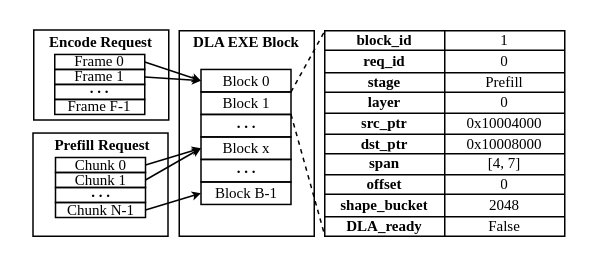
This is figures/design_tile.drawio from icszhr/hermes, a draw.io file, before an edit. Source tidied: cells renumbered, new cells numbered last; positions are measured from the earlier drawing's top-left corner, leaving out a move shared by most shapes. Both pictures are drawn from the tidied source at 150%, with x=0, y=0 at pixel (26, 26).
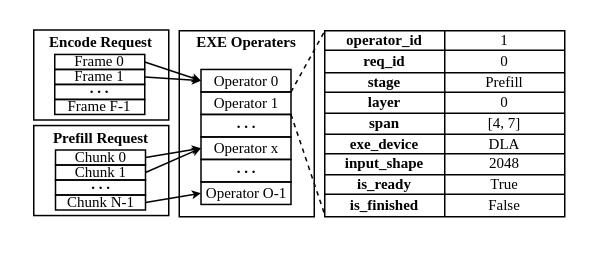
Above is the later version.

The change refers to these unchanged cells:
```xml
<mxCell id="9" style="shape=tableRow;horizontal=0;startSize=0;swimlaneHead=0;swimlaneBody=0;strokeColor=inherit;top=0;left=0;bottom=0;right=0;fillColor=none;points=[[0,0.5],[1,0.5]];portConstraint=eastwest;fontFamily=Times New Roman;spacingBottom=0;spacingTop=-2;fontSize=10;" parent="8" vertex="1">
  <mxGeometry width="160" height="13" as="geometry" />
</mxCell>
<mxCell id="21" style="shape=tableRow;horizontal=0;startSize=0;swimlaneHead=0;swimlaneBody=0;strokeColor=inherit;top=0;left=0;bottom=0;right=0;fillColor=none;fontFamily=Times New Roman;spacingBottom=0;spacingTop=-2;fontSize=10;" parent="8" vertex="1">
  <mxGeometry y="55" width="160" height="14" as="geometry" />
</mxCell>
<mxCell id="24" style="shape=tableRow;horizontal=0;startSize=0;swimlaneHead=0;swimlaneBody=0;strokeColor=inherit;top=0;left=0;bottom=0;right=0;fillColor=none;fontFamily=Times New Roman;spacingBottom=0;spacingTop=-2;fontSize=10;" parent="8" vertex="1">
  <mxGeometry y="69" width="160" height="13" as="geometry" />
</mxCell>
<mxCell id="27" style="shape=tableRow;horizontal=0;startSize=0;swimlaneHead=0;swimlaneBody=0;strokeColor=inherit;top=0;left=0;bottom=0;right=0;fillColor=none;fontFamily=Times New Roman;spacingBottom=0;spacingTop=-2;fontSize=10;" parent="8" vertex="1">
  <mxGeometry y="82" width="160" height="14" as="geometry" />
</mxCell>
<mxCell id="30" style="shape=tableRow;horizontal=0;startSize=0;swimlaneHead=0;swimlaneBody=0;strokeColor=inherit;top=0;left=0;bottom=0;right=0;fillColor=none;fontFamily=Times New Roman;spacingBottom=0;spacingTop=-2;fontSize=10;" parent="8" vertex="1">
  <mxGeometry y="96" width="160" height="13" as="geometry" />
</mxCell>
<mxCell id="33" style="shape=tableRow;horizontal=0;startSize=0;swimlaneHead=0;swimlaneBody=0;strokeColor=inherit;top=0;left=0;bottom=0;right=0;fillColor=none;points=[[0,0.5],[1,0.5]];portConstraint=eastwest;fontFamily=Times New Roman;spacingBottom=0;spacingTop=-2;fontSize=10;" parent="8" vertex="1">
  <mxGeometry y="109" width="160" height="15" as="geometry" />
</mxCell>
<mxCell id="43" value="&lt;b&gt;. . .&lt;/b&gt;" style="rounded=0;whiteSpace=wrap;html=1;fillColor=none;fontFamily=Times New Roman;spacing=2;spacingTop=-5;fontSize=10;" parent="1" vertex="1">
  <mxGeometry x="116.5" y="58.8" width="60" height="15" as="geometry" />
</mxCell>
```

Diff of the diagram source:
```diff
@@
     <mxCell id="3" style="rounded=0;whiteSpace=wrap;html=1;fillColor=none;fontFamily=Times New Roman;fontSize=10;" parent="1" vertex="1">
-      <mxGeometry x="4.5" y="71.2" width="90" height="68.8" as="geometry" />
+      <mxGeometry x="5" y="66.2" width="90" height="60" as="geometry" />
     </mxCell>
@@
     <mxCell id="5" value="&lt;b&gt;Prefill Request&lt;/b&gt;" style="text;html=1;whiteSpace=wrap;strokeColor=none;fillColor=none;align=center;verticalAlign=middle;rounded=0;fontFamily=Times New Roman;fontSize=10;" parent="1" vertex="1">
-      <mxGeometry x="5.5" y="68.8" width="90" height="20" as="geometry" />
+      <mxGeometry x="5" y="63.8" width="90" height="20" as="geometry" />
     </mxCell>
     <mxCell id="6" style="rounded=0;whiteSpace=wrap;html=1;fontSize=10;" parent="1" vertex="1">
-      <mxGeometry x="102" y="3" width="90" height="137" as="geometry" />
+      <mxGeometry x="102" y="3" width="90" height="124" as="geometry" />
     </mxCell>
-    <mxCell id="7" value="Block 0" style="rounded=0;whiteSpace=wrap;html=1;fillColor=none;fontFamily=Times New Roman;fontSize=10;" parent="1" vertex="1">
+    <mxCell id="7" value="Operator 0" style="rounded=0;whiteSpace=wrap;html=1;fillColor=none;fontFamily=Times New Roman;fontSize=10;" parent="1" vertex="1">
       <mxGeometry x="116.5" y="28.8" width="60" height="15" as="geometry" />
     </mxCell>
     <mxCell id="8" style="shape=table;startSize=0;childLayout=tableLayout;fontFamily=Times New Roman;spacingBottom=0;spacingTop=-2;fontSize=10;" parent="1" vertex="1">
-      <mxGeometry x="199" y="3" width="160" height="137" as="geometry" />
+      <mxGeometry x="199" y="3" width="160" height="124" as="geometry" />
     </mxCell>
@@
-    <mxCell id="10" value="block_id" style="shape=partialRectangle;html=1;whiteSpace=wrap;strokeColor=inherit;overflow=hidden;fillColor=none;top=0;left=0;bottom=0;right=0;fontFamily=Times New Roman;spacingBottom=0;spacingTop=-2;fontSize=10;fontStyle=1;" parent="9" vertex="1">
+    <mxCell id="10" value="operator_id" style="shape=partialRectangle;html=1;whiteSpace=wrap;strokeColor=inherit;overflow=hidden;fillColor=none;top=0;left=0;bottom=0;right=0;fontFamily=Times New Roman;spacingBottom=0;spacingTop=-2;fontSize=10;fontStyle=1;" parent="9" vertex="1">
       <mxGeometry width="80" height="13" as="geometry" />
     </mxCell>
@@
-    <mxCell id="22" value="src_ptr" style="shape=partialRectangle;html=1;whiteSpace=wrap;strokeColor=inherit;overflow=hidden;fillColor=none;top=0;left=0;bottom=0;right=0;fontFamily=Times New Roman;spacingBottom=0;spacingTop=-2;fontSize=10;fontStyle=1;" parent="21" vertex="1">
+    <mxCell id="22" value="span" style="shape=partialRectangle;html=1;whiteSpace=wrap;strokeColor=inherit;overflow=hidden;fillColor=none;top=0;left=0;bottom=0;right=0;fontFamily=Times New Roman;spacingBottom=0;spacingTop=-2;fontSize=10;fontStyle=1;" parent="21" vertex="1">
       <mxGeometry width="80" height="14" as="geometry" />
     </mxCell>
-    <mxCell id="23" value="0x10004000" style="shape=partialRectangle;html=1;whiteSpace=wrap;strokeColor=inherit;overflow=hidden;fillColor=none;top=0;left=0;bottom=0;right=0;fontFamily=Times New Roman;spacingBottom=0;spacingTop=-2;fontSize=10;" parent="21" vertex="1">
+    <mxCell id="23" value="[4, 7]" style="shape=partialRectangle;html=1;whiteSpace=wrap;strokeColor=inherit;overflow=hidden;fillColor=none;top=0;left=0;bottom=0;right=0;fontFamily=Times New Roman;spacingBottom=0;spacingTop=-2;fontSize=10;" parent="21" vertex="1">
       <mxGeometry x="80" width="80" height="14" as="geometry" />
     </mxCell>
@@
-    <mxCell id="25" value="dst_ptr" style="shape=partialRectangle;html=1;whiteSpace=wrap;strokeColor=inherit;overflow=hidden;fillColor=none;top=0;left=0;bottom=0;right=0;fontFamily=Times New Roman;spacingBottom=0;spacingTop=-2;fontSize=10;fontStyle=1;" parent="24" vertex="1">
+    <mxCell id="25" value="exe_device" style="shape=partialRectangle;html=1;whiteSpace=wrap;strokeColor=inherit;overflow=hidden;fillColor=none;top=0;left=0;bottom=0;right=0;fontFamily=Times New Roman;spacingBottom=0;spacingTop=-2;fontSize=10;fontStyle=1;" parent="24" vertex="1">
       <mxGeometry width="80" height="13" as="geometry" />
     </mxCell>
-    <mxCell id="26" value="0x10008000" style="shape=partialRectangle;html=1;whiteSpace=wrap;strokeColor=inherit;overflow=hidden;fillColor=none;top=0;left=0;bottom=0;right=0;fontFamily=Times New Roman;spacingBottom=0;spacingTop=-2;fontSize=10;" parent="24" vertex="1">
+    <mxCell id="26" value="DLA" style="shape=partialRectangle;html=1;whiteSpace=wrap;strokeColor=inherit;overflow=hidden;fillColor=none;top=0;left=0;bottom=0;right=0;fontFamily=Times New Roman;spacingBottom=0;spacingTop=-2;fontSize=10;" parent="24" vertex="1">
       <mxGeometry x="80" width="80" height="13" as="geometry" />
     </mxCell>
@@
-    <mxCell id="28" value="span" style="shape=partialRectangle;html=1;whiteSpace=wrap;strokeColor=inherit;overflow=hidden;fillColor=none;top=0;left=0;bottom=0;right=0;fontFamily=Times New Roman;spacingBottom=0;spacingTop=-2;fontSize=10;fontStyle=1;" parent="27" vertex="1">
+    <mxCell id="28" value="input_shape" style="shape=partialRectangle;html=1;whiteSpace=wrap;strokeColor=inherit;overflow=hidden;fillColor=none;top=0;left=0;bottom=0;right=0;fontFamily=Times New Roman;spacingBottom=0;spacingTop=-2;fontSize=10;fontStyle=1;" parent="27" vertex="1">
       <mxGeometry width="80" height="14" as="geometry" />
     </mxCell>
-    <mxCell id="29" value="[4, 7]" style="shape=partialRectangle;html=1;whiteSpace=wrap;strokeColor=inherit;overflow=hidden;fillColor=none;top=0;left=0;bottom=0;right=0;fontFamily=Times New Roman;spacingBottom=0;spacingTop=-2;fontSize=10;" parent="27" vertex="1">
+    <mxCell id="29" value="2048" style="shape=partialRectangle;html=1;whiteSpace=wrap;strokeColor=inherit;overflow=hidden;fillColor=none;top=0;left=0;bottom=0;right=0;fontFamily=Times New Roman;spacingBottom=0;spacingTop=-2;fontSize=10;" parent="27" vertex="1">
       <mxGeometry x="80" width="80" height="14" as="geometry" />
     </mxCell>
@@
-    <mxCell id="31" value="offset" style="shape=partialRectangle;html=1;whiteSpace=wrap;strokeColor=inherit;overflow=hidden;fillColor=none;top=0;left=0;bottom=0;right=0;fontFamily=Times New Roman;spacingBottom=0;spacingTop=-2;fontSize=10;fontStyle=1;" parent="30" vertex="1">
+    <mxCell id="31" value="is_ready" style="shape=partialRectangle;html=1;whiteSpace=wrap;strokeColor=inherit;overflow=hidden;fillColor=none;top=0;left=0;bottom=0;right=0;fontFamily=Times New Roman;spacingBottom=0;spacingTop=-2;fontSize=10;fontStyle=1;" parent="30" vertex="1">
       <mxGeometry width="80" height="13" as="geometry" />
     </mxCell>
-    <mxCell id="32" value="0" style="shape=partialRectangle;html=1;whiteSpace=wrap;strokeColor=inherit;overflow=hidden;fillColor=none;top=0;left=0;bottom=0;right=0;fontFamily=Times New Roman;spacingBottom=0;spacingTop=-2;fontSize=10;" parent="30" vertex="1">
+    <mxCell id="32" value="True" style="shape=partialRectangle;html=1;whiteSpace=wrap;strokeColor=inherit;overflow=hidden;fillColor=none;top=0;left=0;bottom=0;right=0;fontFamily=Times New Roman;spacingBottom=0;spacingTop=-2;fontSize=10;" parent="30" vertex="1">
       <mxGeometry x="80" width="80" height="13" as="geometry" />
     </mxCell>
@@
-    <mxCell id="34" value="shape_bucket" style="shape=partialRectangle;html=1;whiteSpace=wrap;strokeColor=inherit;overflow=hidden;fillColor=none;top=0;left=0;bottom=0;right=0;fontFamily=Times New Roman;spacingBottom=0;spacingTop=-2;fontSize=10;fontStyle=1;" parent="33" vertex="1">
+    <mxCell id="34" value="is_finished" style="shape=partialRectangle;html=1;whiteSpace=wrap;strokeColor=inherit;overflow=hidden;fillColor=none;top=0;left=0;bottom=0;right=0;fontFamily=Times New Roman;spacingBottom=0;spacingTop=-2;fontSize=10;fontStyle=1;" parent="33" vertex="1">
       <mxGeometry width="80" height="15" as="geometry" />
     </mxCell>
-    <mxCell id="35" value="2048" style="shape=partialRectangle;html=1;whiteSpace=wrap;strokeColor=inherit;overflow=hidden;fillColor=none;top=0;left=0;bottom=0;right=0;fontFamily=Times New Roman;spacingBottom=0;spacingTop=-2;fontSize=10;" parent="33" vertex="1">
+    <mxCell id="35" value="False" style="shape=partialRectangle;html=1;whiteSpace=wrap;strokeColor=inherit;overflow=hidden;fillColor=none;top=0;left=0;bottom=0;right=0;fontFamily=Times New Roman;spacingBottom=0;spacingTop=-2;fontSize=10;" parent="33" vertex="1">
       <mxGeometry x="80" width="80" height="15" as="geometry" />
     </mxCell>
-    <mxCell id="36" style="shape=tableRow;horizontal=0;startSize=0;swimlaneHead=0;swimlaneBody=0;strokeColor=inherit;top=0;left=0;bottom=0;right=0;fillColor=none;points=[[0,0.5],[1,0.5]];portConstraint=eastwest;fontFamily=Times New Roman;spacingBottom=0;spacingTop=-2;fontSize=10;" parent="8" vertex="1">
-      <mxGeometry y="124" width="160" height="13" as="geometry" />
-    </mxCell>
-    <mxCell id="37" value="DLA_ready" style="shape=partialRectangle;html=1;whiteSpace=wrap;strokeColor=inherit;overflow=hidden;fillColor=none;top=0;left=0;bottom=0;right=0;fontFamily=Times New Roman;spacingBottom=0;spacingTop=-2;fontSize=10;fontStyle=1;" parent="36" vertex="1">
-      <mxGeometry width="80" height="13" as="geometry" />
-    </mxCell>
-    <mxCell id="38" value="False" style="shape=partialRectangle;html=1;whiteSpace=wrap;strokeColor=inherit;overflow=hidden;fillColor=none;top=0;left=0;bottom=0;right=0;fontFamily=Times New Roman;spacingBottom=0;spacingTop=-2;fontSize=10;" parent="36" vertex="1">
-      <mxGeometry x="80" width="80" height="13" as="geometry" />
-    </mxCell>
-    <mxCell id="39" value="&lt;b&gt;DLA EXE Block&lt;/b&gt;" style="text;html=1;whiteSpace=wrap;strokeColor=none;fillColor=none;align=center;verticalAlign=middle;rounded=0;fontFamily=Times New Roman;fontSize=10;" parent="1" vertex="1">
+    <mxCell id="39" value="&lt;b&gt;EXE Operaters&lt;/b&gt;" style="text;html=1;whiteSpace=wrap;strokeColor=none;fillColor=none;align=center;verticalAlign=middle;rounded=0;fontFamily=Times New Roman;fontSize=10;" parent="1" vertex="1">
       <mxGeometry x="109.2" width="75.5" height="20" as="geometry" />
     </mxCell>
@@
-    <mxCell id="41" style="rounded=0;jettySize=auto;html=1;exitX=1;exitY=0;exitDx=0;exitDy=0;entryX=-0.001;entryY=0.917;entryDx=0;entryDy=0;entryPerimeter=0;dashed=1;endArrow=none;endFill=0;fontSize=10;" parent="1" edge="1" source="43" target="36">
+    <mxCell id="41" style="rounded=0;jettySize=auto;html=1;exitX=1;exitY=0;exitDx=0;exitDy=0;entryX=-0.001;entryY=0.917;entryDx=0;entryDy=0;entryPerimeter=0;dashed=1;endArrow=none;endFill=0;fontSize=10;" parent="1" edge="1" source="43">
       <mxGeometry relative="1" as="geometry" />
     </mxCell>
-    <mxCell id="42" value="Block 1" style="rounded=0;whiteSpace=wrap;html=1;fillColor=none;fontFamily=Times New Roman;fontSize=10;" parent="1" vertex="1">
+    <mxCell id="42" value="Operator&amp;nbsp;1" style="rounded=0;whiteSpace=wrap;html=1;fillColor=none;fontFamily=Times New Roman;fontSize=10;" parent="1" vertex="1">
       <mxGeometry x="116.5" y="43.8" width="60" height="15" as="geometry" />
     </mxCell>
@@
-    <mxCell id="44" value="Block x" style="rounded=0;whiteSpace=wrap;html=1;fillColor=none;fontFamily=Times New Roman;fontSize=10;" parent="1" vertex="1">
+    <mxCell id="44" value="Operator&amp;nbsp;x" style="rounded=0;whiteSpace=wrap;html=1;fillColor=none;fontFamily=Times New Roman;fontSize=10;" parent="1" vertex="1">
       <mxGeometry x="116.5" y="73.8" width="60" height="15" as="geometry" />
     </mxCell>
@@
     <mxCell id="46" value="Chunk 0" style="rounded=0;whiteSpace=wrap;html=1;fillColor=none;fontFamily=Times New Roman;fontSize=10;spacingTop=-1;" parent="1" vertex="1">
-      <mxGeometry x="19.5" y="87.5" width="60" height="10" as="geometry" />
+      <mxGeometry x="19.5" y="82.5" width="60" height="10" as="geometry" />
     </mxCell>
@@
     <mxCell id="48" value="Chunk 1" style="rounded=0;whiteSpace=wrap;html=1;fillColor=none;fontFamily=Times New Roman;fontSize=10;spacingTop=-1;" parent="1" vertex="1">
-      <mxGeometry x="19.5" y="97.5" width="60" height="10" as="geometry" />
+      <mxGeometry x="19.5" y="92.5" width="60" height="10" as="geometry" />
     </mxCell>
     <mxCell id="49" value="&lt;b&gt;. . .&lt;/b&gt;" style="rounded=0;whiteSpace=wrap;html=1;fillColor=none;fontFamily=Times New Roman;spacing=2;spacingTop=-5;fontSize=10;" parent="1" vertex="1">
-      <mxGeometry x="19.5" y="107.5" width="60" height="10" as="geometry" />
+      <mxGeometry x="19.5" y="102.5" width="60" height="10" as="geometry" />
     </mxCell>
@@
     <mxCell id="51" value="Chunk N-1" style="rounded=0;whiteSpace=wrap;html=1;fillColor=none;fontFamily=Times New Roman;fontSize=10;spacingTop=-1;" parent="1" vertex="1">
-      <mxGeometry x="19.5" y="117.5" width="60" height="10" as="geometry" />
+      <mxGeometry x="19.5" y="112.5" width="60" height="10" as="geometry" />
     </mxCell>
@@
-    <mxCell id="59" value="Block B-1" style="rounded=0;whiteSpace=wrap;html=1;fillColor=none;fontFamily=Times New Roman;fontSize=10;" parent="1" vertex="1">
+    <mxCell id="59" value="Operator&amp;nbsp;O-1" style="rounded=0;whiteSpace=wrap;html=1;fillColor=none;fontFamily=Times New Roman;fontSize=10;" parent="1" vertex="1">
       <mxGeometry x="116.5" y="103.8" width="60" height="15" as="geometry" />
     </mxCell>
+    <mxCell id="60" style="rounded=0;jettySize=auto;html=1;exitX=1;exitY=0;exitDx=0;exitDy=0;entryX=0.002;entryY=0.977;entryDx=0;entryDy=0;entryPerimeter=0;dashed=1;endArrow=none;endFill=0;" parent="1" edge="1" source="43" target="33">
+      <mxGeometry relative="1" as="geometry" />
+    </mxCell>
```
